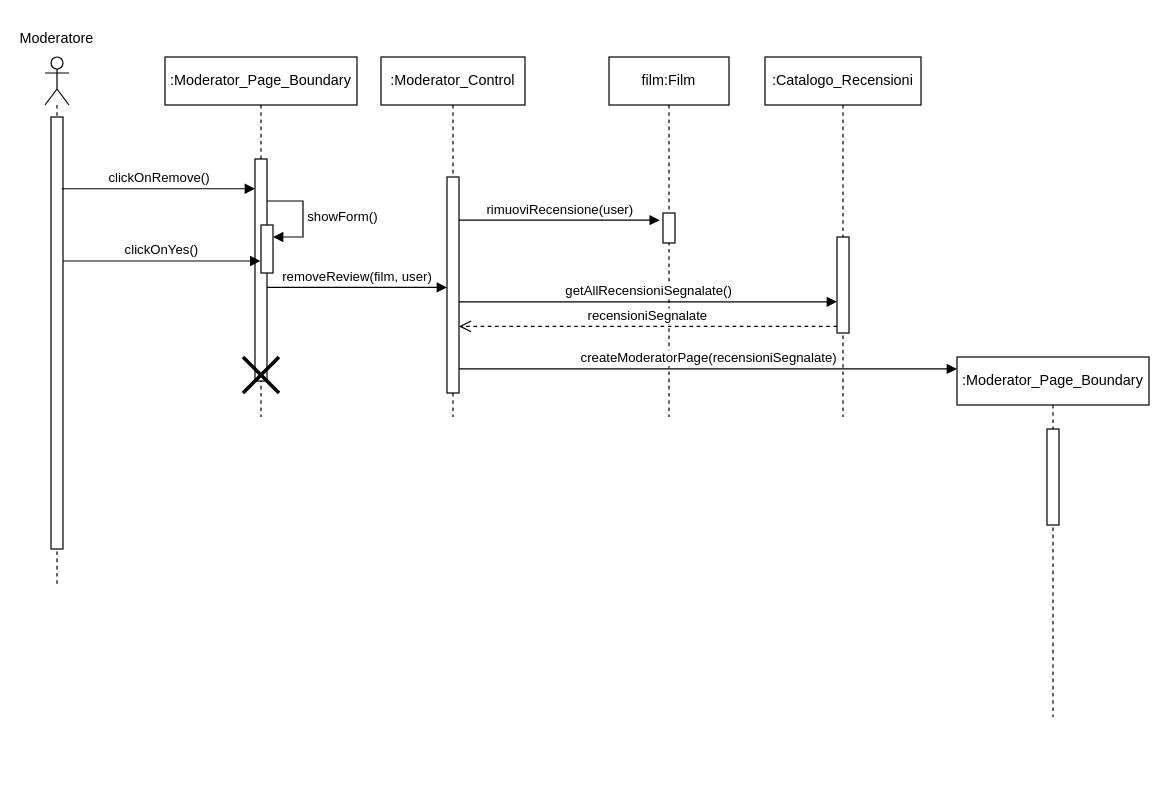
This is New Diagrams/Sequence Diagrams/UC19- Elimina recensione.drawio from superfra01/Rated, a draw.io file, before an edit. Source tidied: cells renumbered, new cells numbered last; positions are measured from the earlier drawing's top-left corner, leaving out a move shared by most shapes. Both pictures are drawn from the tidied source at 120%, with x=0, y=0 at pixel (20, 20).
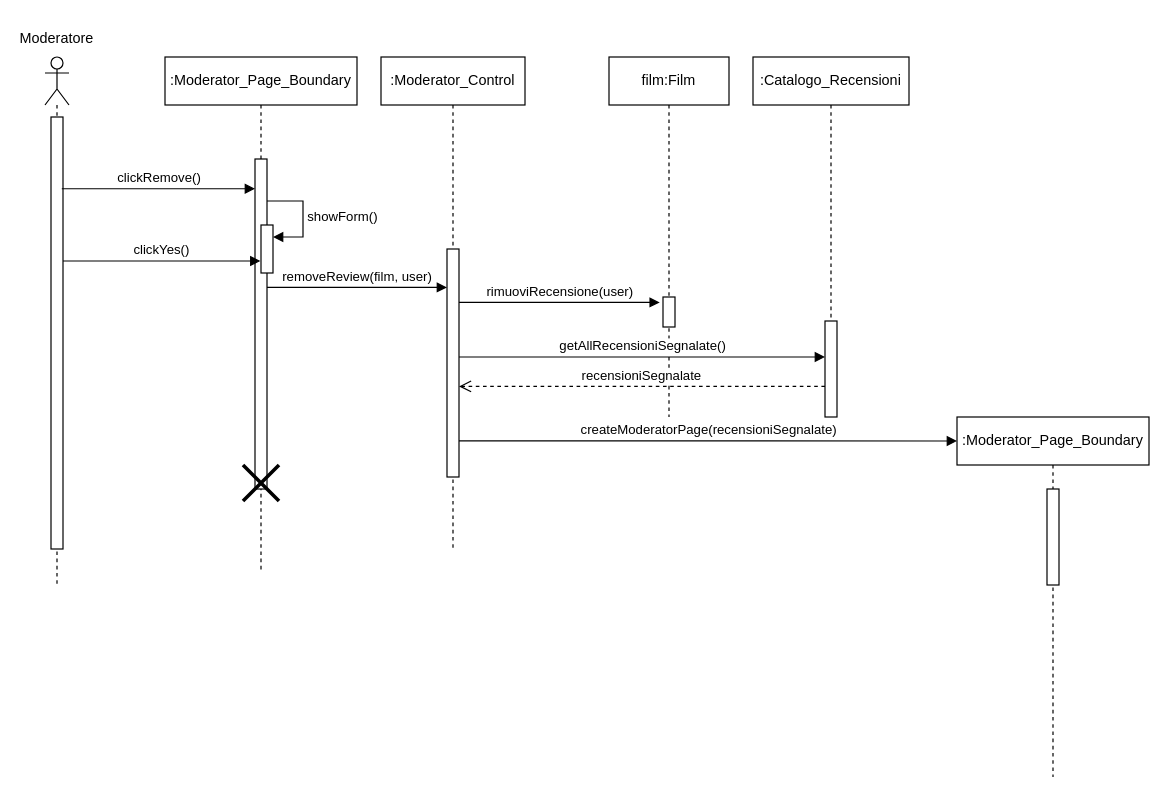
The same page after the edit.

The change refers to these unchanged cells:
```xml
<mxCell id="15" value="film:Film" style="shape=umlLifeline;perimeter=lifelinePerimeter;whiteSpace=wrap;html=1;newEdgeStyle={&quot;curved&quot;:0,&quot;rounded&quot;:0};" parent="1" vertex="1">
  <mxGeometry x="490" y="30" width="100" height="300" as="geometry" />
</mxCell>
```

Diff of the diagram source:
```diff
@@
-    <mxCell id="5" value="clickOnRemove()" style="html=1;verticalAlign=bottom;endArrow=block;curved=0;rounded=0;exitX=0.8;exitY=0.166;exitDx=0;exitDy=0;exitPerimeter=0;" parent="1" edge="1" target="7">
+    <mxCell id="5" value="clickRemove()" style="html=1;verticalAlign=bottom;endArrow=block;curved=0;rounded=0;exitX=0.8;exitY=0.166;exitDx=0;exitDy=0;exitPerimeter=0;" parent="1" edge="1" target="7">
       <mxGeometry relative="1" as="geometry">
         <mxPoint x="34" y="139.8" as="sourcePoint" />
       </mxGeometry>
     </mxCell>
     <mxCell id="6" value=":Moderator_Page_Boundary" style="shape=umlLifeline;perimeter=lifelinePerimeter;whiteSpace=wrap;html=1;newEdgeStyle={&quot;curved&quot;:0,&quot;rounded&quot;:0};" parent="1" vertex="1">
-      <mxGeometry x="120" y="30" width="160" height="300" as="geometry" />
+      <mxGeometry x="120" y="30" width="160" height="430" as="geometry" />
     </mxCell>
     <mxCell id="7" style="html=1;points=[[0,0,0,0,5],[0,1,0,0,-5],[1,0,0,0,5],[1,1,0,0,-5]];perimeter=orthogonalPerimeter;outlineConnect=0;targetShapes=umlLifeline;portConstraint=eastwest;newEdgeStyle={&quot;curved&quot;:0,&quot;rounded&quot;:0};" parent="6" vertex="1">
-      <mxGeometry x="75" y="85" width="10" height="185" as="geometry" />
+      <mxGeometry x="75" y="85" width="10" height="275" as="geometry" />
     </mxCell>
-    <mxCell id="8" style="shape=umlDestroy;whiteSpace=wrap;html=1;strokeWidth=3;targetShapes=umlLifeline;" parent="6" vertex="1">
-      <mxGeometry x="65" y="250" width="30" height="30" as="geometry" />
-    </mxCell>
@@
+    <mxCell id="8" style="shape=umlDestroy;whiteSpace=wrap;html=1;strokeWidth=3;targetShapes=umlLifeline;" parent="6" vertex="1">
+      <mxGeometry x="65" y="340" width="30" height="30" as="geometry" />
+    </mxCell>
@@
     <mxCell id="12" value=":Moderator_Control" style="shape=umlLifeline;perimeter=lifelinePerimeter;whiteSpace=wrap;html=1;newEdgeStyle={&quot;curved&quot;:0,&quot;rounded&quot;:0};" parent="1" vertex="1">
-      <mxGeometry x="300" y="30" width="120" height="300" as="geometry" />
+      <mxGeometry x="300" y="30" width="120" height="410" as="geometry" />
     </mxCell>
     <mxCell id="13" style="html=1;points=[[0,0,0,0,5],[0,1,0,0,-5],[1,0,0,0,5],[1,1,0,0,-5]];perimeter=orthogonalPerimeter;outlineConnect=0;targetShapes=umlLifeline;portConstraint=eastwest;newEdgeStyle={&quot;curved&quot;:0,&quot;rounded&quot;:0};" parent="12" vertex="1">
-      <mxGeometry x="55" y="100" width="10" height="180" as="geometry" />
+      <mxGeometry x="55" y="160" width="10" height="190" as="geometry" />
     </mxCell>
-    <mxCell id="14" value="rimuoviRecensione(user)" style="html=1;verticalAlign=bottom;endArrow=block;curved=0;rounded=0;entryX=-0.267;entryY=0.238;entryDx=0;entryDy=0;entryPerimeter=0;" parent="1" edge="1" source="13" target="16">
-      <mxGeometry relative="1" as="geometry" />
+    <mxCell id="14" value="rimuoviRecensione(user)" style="html=1;verticalAlign=bottom;endArrow=block;curved=0;rounded=0;entryX=-0.267;entryY=0.238;entryDx=0;entryDy=0;entryPerimeter=0;" parent="1" edge="1">
+      <mxGeometry relative="1" as="geometry">
+        <mxPoint x="365" y="234.5" as="sourcePoint" />
+        <mxPoint x="532.3" y="234.5" as="targetPoint" />
+      </mxGeometry>
     </mxCell>
@@
     <mxCell id="16" style="html=1;points=[[0,0,0,0,5],[0,1,0,0,-5],[1,0,0,0,5],[1,1,0,0,-5]];perimeter=orthogonalPerimeter;outlineConnect=0;targetShapes=umlLifeline;portConstraint=eastwest;newEdgeStyle={&quot;curved&quot;:0,&quot;rounded&quot;:0};" parent="15" vertex="1">
-      <mxGeometry x="45" y="130" width="10" height="25" as="geometry" />
+      <mxGeometry x="45" y="200" width="10" height="25" as="geometry" />
     </mxCell>
-    <mxCell id="17" value="getAllRecensioniSegnalate()" style="html=1;verticalAlign=bottom;endArrow=block;curved=0;rounded=0;" parent="1" edge="1">
+    <mxCell id="17" value="getAllRecensioniSegnalate()" style="html=1;verticalAlign=bottom;endArrow=block;curved=0;rounded=0;" parent="1" edge="1" target="19">
       <mxGeometry relative="1" as="geometry">
-        <mxPoint x="365" y="234" as="sourcePoint" />
-        <mxPoint x="680" y="234" as="targetPoint" />
+        <mxPoint x="365" y="280" as="sourcePoint" />
       </mxGeometry>
     </mxCell>
     <mxCell id="18" value=":Catalogo_Recensioni" style="shape=umlLifeline;perimeter=lifelinePerimeter;whiteSpace=wrap;html=1;newEdgeStyle={&quot;curved&quot;:0,&quot;rounded&quot;:0};" parent="1" vertex="1">
-      <mxGeometry x="620" y="30" width="130" height="300" as="geometry" />
+      <mxGeometry x="610" y="30" width="130" height="300" as="geometry" />
     </mxCell>
     <mxCell id="19" style="html=1;points=[[0,0,0,0,5],[0,1,0,0,-5],[1,0,0,0,5],[1,1,0,0,-5]];perimeter=orthogonalPerimeter;outlineConnect=0;targetShapes=umlLifeline;portConstraint=eastwest;newEdgeStyle={&quot;curved&quot;:0,&quot;rounded&quot;:0};" parent="18" vertex="1">
-      <mxGeometry x="60" y="150" width="10" height="80" as="geometry" />
+      <mxGeometry x="60" y="220" width="10" height="80" as="geometry" />
     </mxCell>
-    <mxCell id="20" value="recensioniSegnalate" style="html=1;verticalAlign=bottom;endArrow=open;dashed=1;endSize=8;curved=0;rounded=0;" parent="1" edge="1">
+    <mxCell id="20" value="recensioniSegnalate" style="html=1;verticalAlign=bottom;endArrow=open;dashed=1;endSize=8;curved=0;rounded=0;" parent="1" edge="1" source="19">
       <mxGeometry relative="1" as="geometry">
-        <mxPoint x="680" y="254.5" as="sourcePoint" />
-        <mxPoint x="365" y="254.5" as="targetPoint" />
+        <mxPoint x="365" y="304.5" as="targetPoint" />
       </mxGeometry>
     </mxCell>
     <mxCell id="21" value=":Moderator_Page_Boundary" style="shape=umlLifeline;perimeter=lifelinePerimeter;whiteSpace=wrap;html=1;outlineConnect=0;portConstraint=eastwest;newEdgeStyle={&quot;curved&quot;:0,&quot;rounded&quot;:0};" parent="1" vertex="1">
-      <mxGeometry x="780" y="280" width="160" height="300" as="geometry" />
+      <mxGeometry x="780" y="330" width="160" height="300" as="geometry" />
     </mxCell>
@@
-    <mxCell id="23" value="createModeratorPage(recensioniSegnalate)" style="html=1;verticalAlign=bottom;endArrow=block;curved=0;rounded=0;entryX=0;entryY=0.033;entryDx=0;entryDy=0;entryPerimeter=0;" parent="1" edge="1" source="13" target="21">
-      <mxGeometry relative="1" as="geometry" />
+    <mxCell id="23" value="createModeratorPage(recensioniSegnalate)" style="html=1;verticalAlign=bottom;endArrow=block;curved=0;rounded=0;" parent="1" edge="1">
+      <mxGeometry relative="1" as="geometry">
+        <mxPoint x="365" y="349.9" as="sourcePoint" />
+        <mxPoint x="780" y="350" as="targetPoint" />
+      </mxGeometry>
     </mxCell>
-    <mxCell id="24" value="clickOnYes()" style="html=1;verticalAlign=bottom;endArrow=block;curved=0;rounded=0;" parent="1" edge="1">
+    <mxCell id="24" value="clickYes()" style="html=1;verticalAlign=bottom;endArrow=block;curved=0;rounded=0;" parent="1" edge="1">
       <mxGeometry relative="1" as="geometry">
         <mxPoint x="35" y="200" as="sourcePoint" />
         <mxPoint x="199.5" y="200" as="targetPoint" />
       </mxGeometry>
     </mxCell>
```
